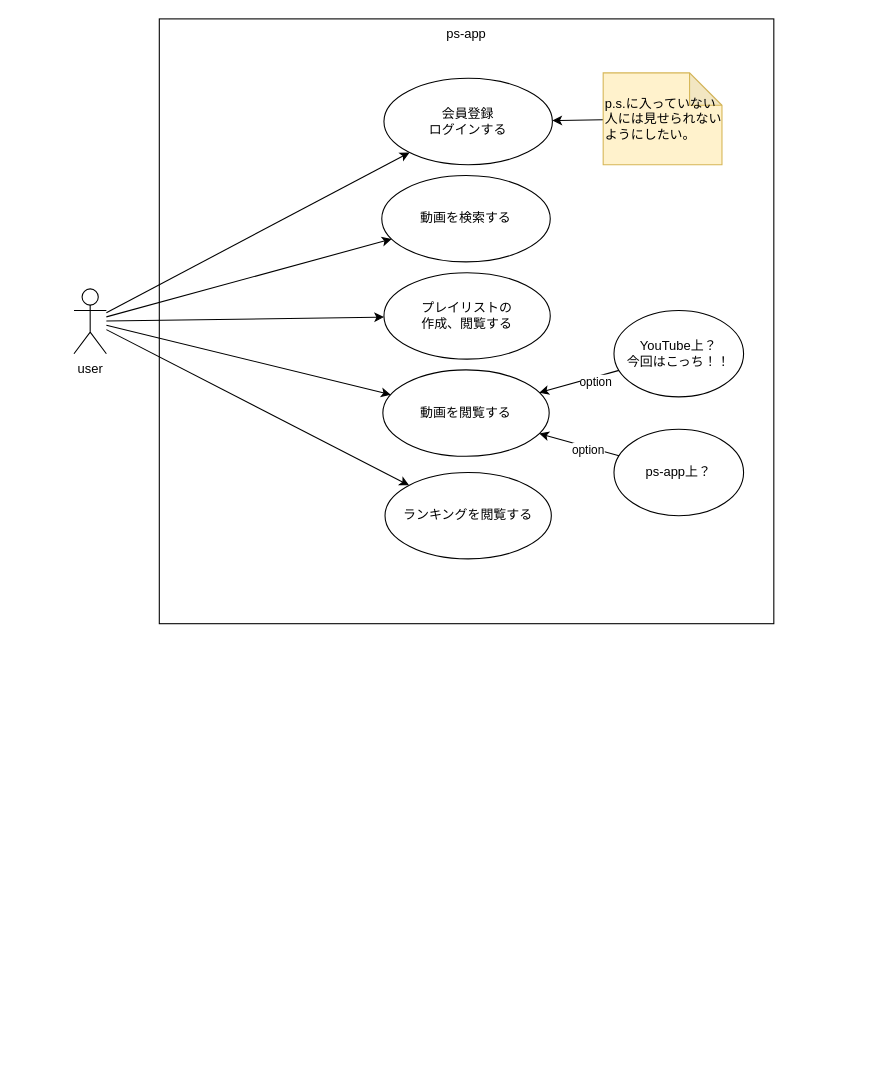
Before: docs/use-case.drawio in toki0902/psApp_Nextjs, a draw.io diagram. Source tidied: cells renumbered, new cells numbered last; positions are measured from the earlier drawing's top-left corner, leaving out a move shared by most shapes. Both pictures are drawn from the tidied source at 108%, with x=0, y=0 at pixel (73, 18).
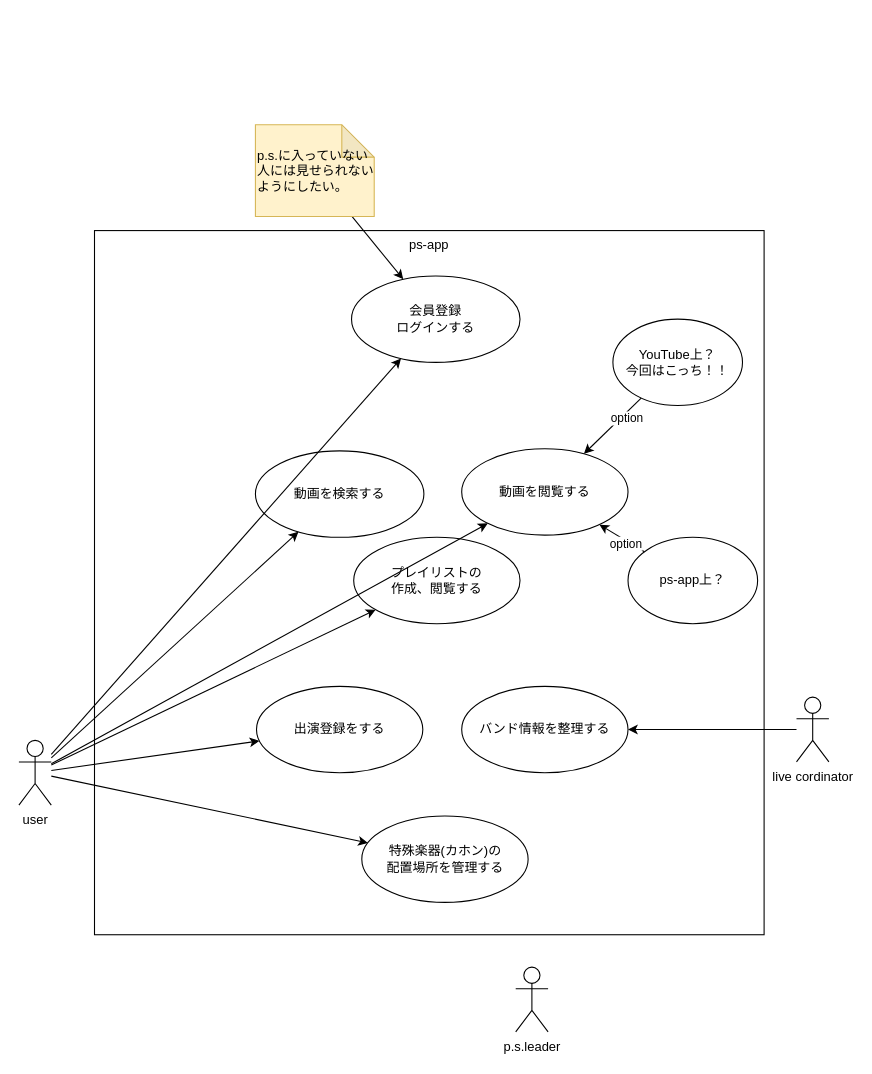
The same diagram, later.

Change to the diagram source:
```diff
@@
     <mxCell id="2" value="ps-app" style="rounded=0;whiteSpace=wrap;html=1;fillColor=none;verticalAlign=top;" parent="1" vertex="1">
-      <mxGeometry x="79" width="569" height="560" as="geometry" />
+      <mxGeometry x="19" y="196" width="620" height="652" as="geometry" />
     </mxCell>
@@
-    <mxCell id="7" style="edgeStyle=none;html=1;" parent="1" edge="1" source="8" target="19">
-      <mxGeometry relative="1" as="geometry" />
-    </mxCell>
+    <mxCell id="22" style="edgeStyle=none;html=1;" parent="1" edge="1" source="8" target="27">
+      <mxGeometry relative="1" as="geometry" />
+    </mxCell>
+    <mxCell id="23" style="edgeStyle=none;html=1;" parent="1" edge="1" source="8" target="29">
+      <mxGeometry relative="1" as="geometry" />
+    </mxCell>
     <mxCell id="8" value="user" style="shape=umlActor;verticalLabelPosition=bottom;verticalAlign=top;html=1;outlineConnect=0;fillColor=none;" parent="1" vertex="1">
-      <mxGeometry y="250" width="30" height="60" as="geometry" />
+      <mxGeometry x="-51" y="668" width="30" height="60" as="geometry" />
     </mxCell>
     <mxCell id="9" value="動画を検索する" style="ellipse;whiteSpace=wrap;html=1;fillColor=none;" parent="1" vertex="1">
-      <mxGeometry x="285" y="145" width="156" height="80" as="geometry" />
+      <mxGeometry x="168" y="400" width="156" height="80" as="geometry" />
     </mxCell>
     <mxCell id="10" value="プレイリストの&lt;br&gt;作成、閲覧する" style="ellipse;whiteSpace=wrap;html=1;fillColor=none;" parent="1" vertex="1">
-      <mxGeometry x="287" y="235" width="154" height="80" as="geometry" />
+      <mxGeometry x="259" y="480" width="154" height="80" as="geometry" />
     </mxCell>
     <mxCell id="11" value="会員登録&lt;br&gt;ログインする" style="ellipse;whiteSpace=wrap;html=1;fillColor=none;" parent="1" vertex="1">
-      <mxGeometry x="287" y="55" width="156" height="80" as="geometry" />
+      <mxGeometry x="257" y="238" width="156" height="80" as="geometry" />
     </mxCell>
     <mxCell id="12" value="動画を閲覧する" style="ellipse;whiteSpace=wrap;html=1;fillColor=none;" parent="1" vertex="1">
-      <mxGeometry x="286" y="325" width="154" height="80" as="geometry" />
+      <mxGeometry x="359" y="398" width="154" height="80" as="geometry" />
     </mxCell>
@@
     <mxCell id="15" value="YouTube上？&lt;br&gt;今回はこっち！！" style="ellipse;whiteSpace=wrap;html=1;fillColor=none;" parent="1" vertex="1">
-      <mxGeometry x="500" y="270" width="120" height="80" as="geometry" />
+      <mxGeometry x="499" y="278" width="120" height="80" as="geometry" />
     </mxCell>
@@
     <mxCell id="18" value="ps-app上？" style="ellipse;whiteSpace=wrap;html=1;fillColor=none;" parent="1" vertex="1">
-      <mxGeometry x="500" y="380" width="120" height="80" as="geometry" />
+      <mxGeometry x="513" y="480" width="120" height="80" as="geometry" />
     </mxCell>
-    <mxCell id="19" value="ランキングを閲覧する" style="ellipse;whiteSpace=wrap;html=1;fillColor=none;" parent="1" vertex="1">
-      <mxGeometry x="288" y="420" width="154" height="80" as="geometry" />
-    </mxCell>
@@
     <mxCell id="21" value="p.s.に入っていない人には見せられないようにしたい。" style="shape=note;whiteSpace=wrap;html=1;backgroundOutline=1;darkOpacity=0.05;fillColor=#fff2cc;strokeColor=#d6b656;align=left;" parent="1" vertex="1">
-      <mxGeometry x="490" y="50" width="110" height="85" as="geometry" />
+      <mxGeometry x="168" y="98" width="110" height="85" as="geometry" />
     </mxCell>
+    <mxCell id="24" style="edgeStyle=none;html=1;" parent="1" edge="1" source="25" target="28">
+      <mxGeometry relative="1" as="geometry" />
+    </mxCell>
+    <mxCell id="25" value="live cordinator" style="shape=umlActor;verticalLabelPosition=bottom;verticalAlign=top;html=1;outlineConnect=0;" parent="1" vertex="1">
+      <mxGeometry x="669" y="628" width="30" height="60" as="geometry" />
+    </mxCell>
+    <mxCell id="26" value="p.s.leader" style="shape=umlActor;verticalLabelPosition=bottom;verticalAlign=top;html=1;" parent="1" vertex="1">
+      <mxGeometry x="409" y="878" width="30" height="60" as="geometry" />
+    </mxCell>
+    <mxCell id="27" value="出演登録をする" style="ellipse;whiteSpace=wrap;html=1;fillColor=none;" parent="1" vertex="1">
+      <mxGeometry x="169" y="618" width="154" height="80" as="geometry" />
+    </mxCell>
+    <mxCell id="28" value="バンド情報を整理する" style="ellipse;whiteSpace=wrap;html=1;fillColor=none;" parent="1" vertex="1">
+      <mxGeometry x="359" y="618" width="154" height="80" as="geometry" />
+    </mxCell>
+    <mxCell id="29" value="特殊楽器(カホン)の&lt;br&gt;配置場所を管理する" style="ellipse;whiteSpace=wrap;html=1;fillColor=none;" parent="1" vertex="1">
+      <mxGeometry x="266.5" y="738" width="154" height="80" as="geometry" />
+    </mxCell>
```
